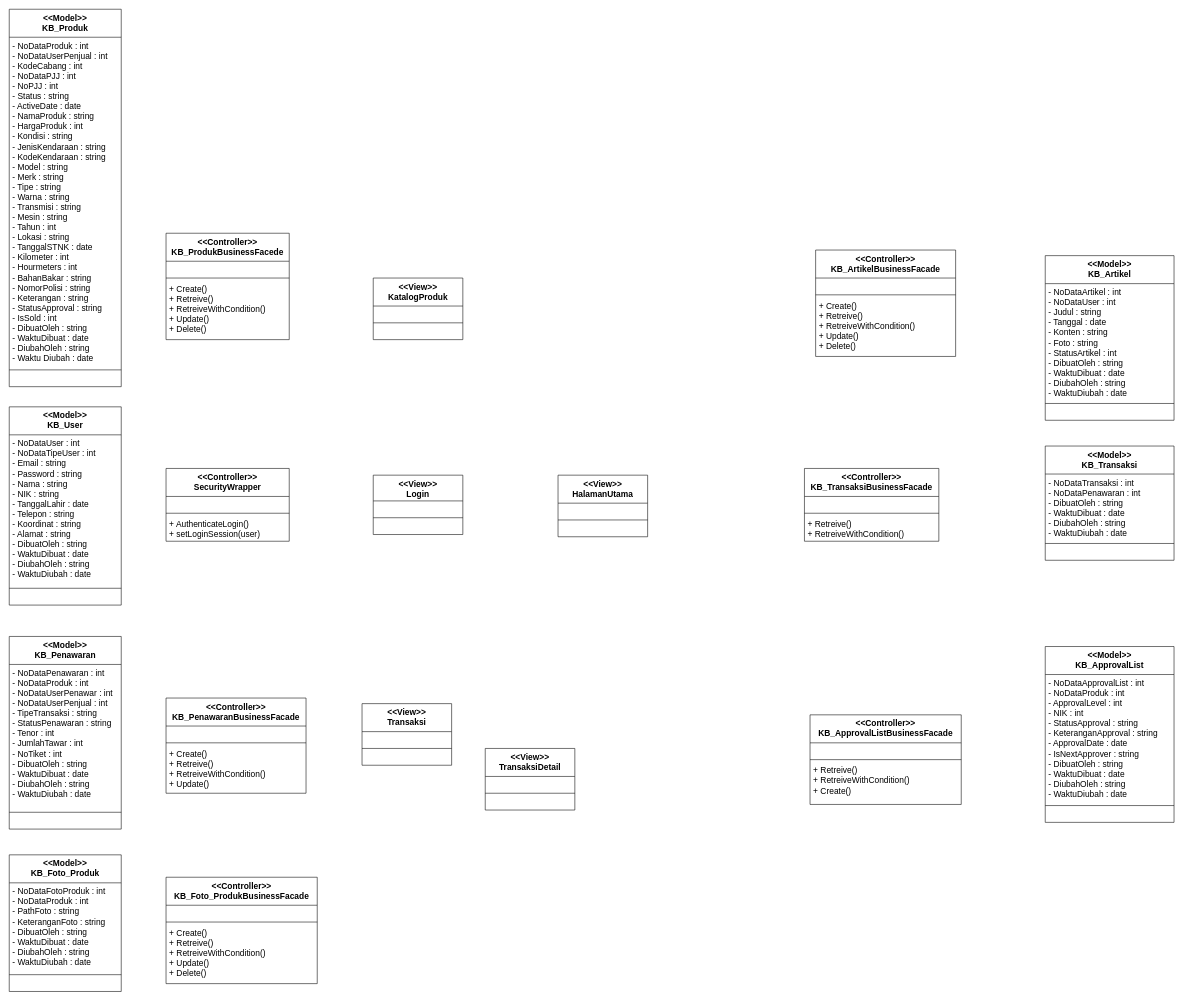
The draw.io diagram UML/ClassDiagramWeb.drawio in DevinWilliady/KendaraanBekasUML, before the edit. Source tidied: cells renumbered, new cells numbered last; positions are measured from the earlier drawing's top-left corner, leaving out a move shared by most shapes. Both pictures are drawn from the tidied source at 56%, with x=0, y=0 at pixel (9, 9).
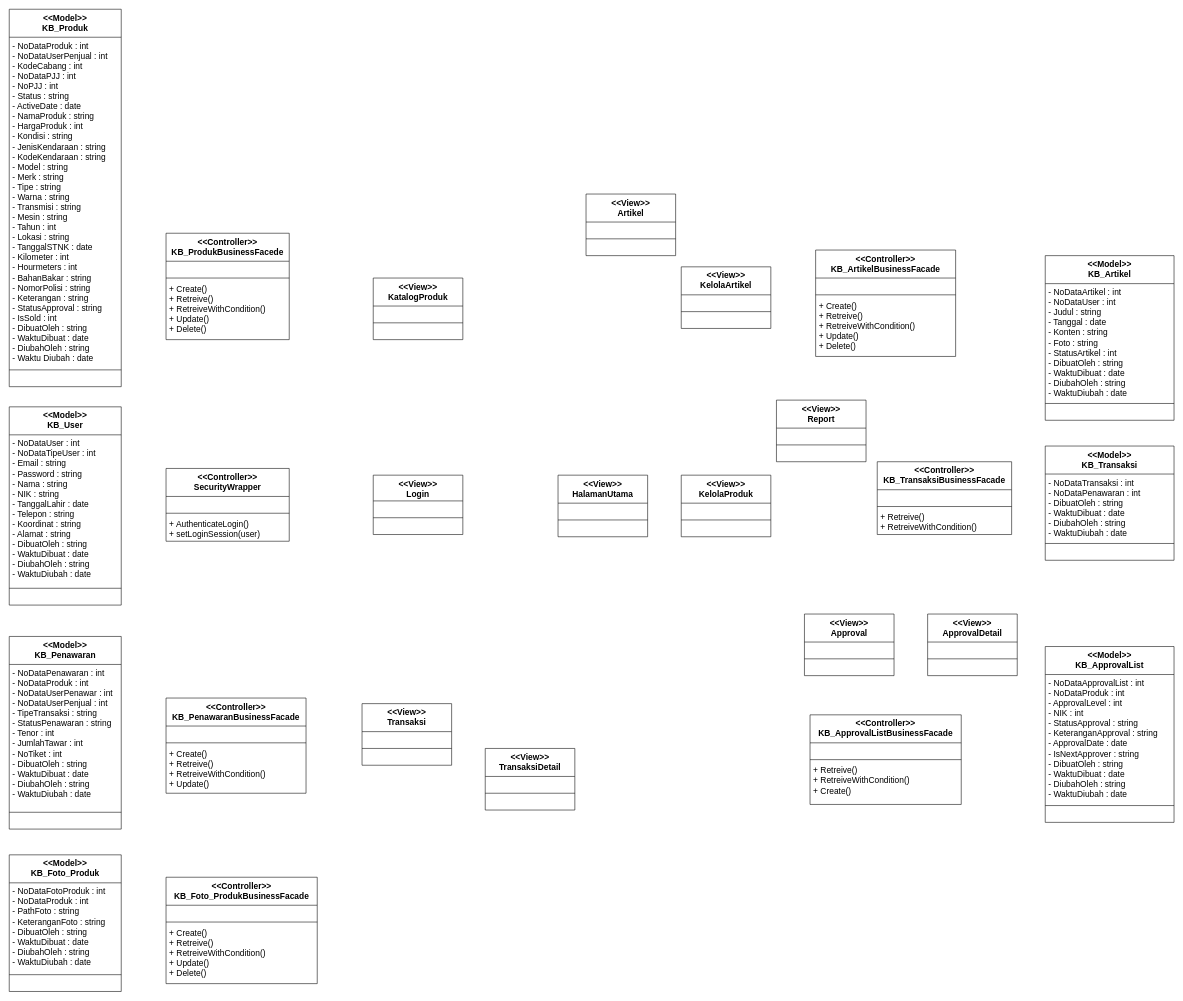
The same diagram, later.

What changed in the source:
```diff
@@
     <mxCell id="58" value="&lt;&lt;Controller&gt;&gt;&#10;KB_TransaksiBusinessFacade" style="swimlane;fontStyle=1;align=center;verticalAlign=top;horizontal=1;startSize=50;fontSize=15;" parent="1" vertex="1">
-      <mxGeometry x="1420" y="820" width="240" height="130" as="geometry" />
+      <mxGeometry x="1550" y="808" width="240" height="130" as="geometry" />
     </mxCell>
@@
+    <mxCell id="78" value="&lt;&lt;View&gt;&gt;&#10;KelolaProduk" style="swimlane;fontStyle=1;align=center;verticalAlign=top;horizontal=1;startSize=50;fontSize=15;" parent="1" vertex="1">
+      <mxGeometry x="1200" y="832" width="160" height="110" as="geometry" />
+    </mxCell>
+    <mxCell id="79" value=" " style="text;strokeColor=none;fillColor=none;align=left;verticalAlign=top;spacingLeft=4;spacingRight=4;overflow=hidden;fontSize=15;" parent="78" vertex="1">
+      <mxGeometry y="50" width="160" height="26" as="geometry" />
+    </mxCell>
+    <mxCell id="80" style="line;strokeWidth=1;fillColor=none;align=left;verticalAlign=middle;spacingTop=-1;spacingLeft=3;spacingRight=3;labelPosition=right;fontSize=15;" parent="78" vertex="1">
+      <mxGeometry y="76" width="160" height="8" as="geometry" />
+    </mxCell>
+    <mxCell id="81" value=" " style="text;strokeColor=none;fillColor=none;align=left;verticalAlign=top;spacingLeft=4;spacingRight=4;overflow=hidden;fontSize=15;" parent="78" vertex="1">
+      <mxGeometry y="84" width="160" height="26" as="geometry" />
+    </mxCell>
+    <mxCell id="82" value="&lt;&lt;View&gt;&gt;&#10;Approval" style="swimlane;fontStyle=1;align=center;verticalAlign=top;horizontal=1;startSize=50;fontSize=15;" parent="1" vertex="1">
+      <mxGeometry x="1420" y="1080" width="160" height="110" as="geometry" />
+    </mxCell>
+    <mxCell id="83" value=" " style="text;strokeColor=none;fillColor=none;align=left;verticalAlign=top;spacingLeft=4;spacingRight=4;overflow=hidden;fontSize=15;" parent="82" vertex="1">
+      <mxGeometry y="50" width="160" height="26" as="geometry" />
+    </mxCell>
+    <mxCell id="84" style="line;strokeWidth=1;fillColor=none;align=left;verticalAlign=middle;spacingTop=-1;spacingLeft=3;spacingRight=3;labelPosition=right;fontSize=15;" parent="82" vertex="1">
+      <mxGeometry y="76" width="160" height="8" as="geometry" />
+    </mxCell>
+    <mxCell id="85" value=" " style="text;strokeColor=none;fillColor=none;align=left;verticalAlign=top;spacingLeft=4;spacingRight=4;overflow=hidden;fontSize=15;" parent="82" vertex="1">
+      <mxGeometry y="84" width="160" height="26" as="geometry" />
+    </mxCell>
+    <mxCell id="86" value="&lt;&lt;View&gt;&gt;&#10;ApprovalDetail" style="swimlane;fontStyle=1;align=center;verticalAlign=top;horizontal=1;startSize=50;fontSize=15;" parent="1" vertex="1">
+      <mxGeometry x="1640" y="1080" width="160" height="110" as="geometry" />
+    </mxCell>
+    <mxCell id="87" value=" " style="text;strokeColor=none;fillColor=none;align=left;verticalAlign=top;spacingLeft=4;spacingRight=4;overflow=hidden;fontSize=15;" parent="86" vertex="1">
+      <mxGeometry y="50" width="160" height="26" as="geometry" />
+    </mxCell>
+    <mxCell id="88" style="line;strokeWidth=1;fillColor=none;align=left;verticalAlign=middle;spacingTop=-1;spacingLeft=3;spacingRight=3;labelPosition=right;fontSize=15;" parent="86" vertex="1">
+      <mxGeometry y="76" width="160" height="8" as="geometry" />
+    </mxCell>
+    <mxCell id="89" value=" " style="text;strokeColor=none;fillColor=none;align=left;verticalAlign=top;spacingLeft=4;spacingRight=4;overflow=hidden;fontSize=15;" parent="86" vertex="1">
+      <mxGeometry y="84" width="160" height="26" as="geometry" />
+    </mxCell>
+    <mxCell id="90" value="&lt;&lt;View&gt;&gt;&#10;Report" style="swimlane;fontStyle=1;align=center;verticalAlign=top;horizontal=1;startSize=50;fontSize=15;" parent="1" vertex="1">
+      <mxGeometry x="1370" y="698" width="160" height="110" as="geometry" />
+    </mxCell>
+    <mxCell id="91" value=" " style="text;strokeColor=none;fillColor=none;align=left;verticalAlign=top;spacingLeft=4;spacingRight=4;overflow=hidden;fontSize=15;" parent="90" vertex="1">
+      <mxGeometry y="50" width="160" height="26" as="geometry" />
+    </mxCell>
+    <mxCell id="92" style="line;strokeWidth=1;fillColor=none;align=left;verticalAlign=middle;spacingTop=-1;spacingLeft=3;spacingRight=3;labelPosition=right;fontSize=15;" parent="90" vertex="1">
+      <mxGeometry y="76" width="160" height="8" as="geometry" />
+    </mxCell>
+    <mxCell id="93" value=" " style="text;strokeColor=none;fillColor=none;align=left;verticalAlign=top;spacingLeft=4;spacingRight=4;overflow=hidden;fontSize=15;" parent="90" vertex="1">
+      <mxGeometry y="84" width="160" height="26" as="geometry" />
+    </mxCell>
+    <mxCell id="94" value="&lt;&lt;View&gt;&gt;&#10;Artikel" style="swimlane;fontStyle=1;align=center;verticalAlign=top;horizontal=1;startSize=50;fontSize=15;" parent="1" vertex="1">
+      <mxGeometry x="1030" y="330" width="160" height="110" as="geometry" />
+    </mxCell>
+    <mxCell id="95" value=" " style="text;strokeColor=none;fillColor=none;align=left;verticalAlign=top;spacingLeft=4;spacingRight=4;overflow=hidden;fontSize=15;" parent="94" vertex="1">
+      <mxGeometry y="50" width="160" height="26" as="geometry" />
+    </mxCell>
+    <mxCell id="96" style="line;strokeWidth=1;fillColor=none;align=left;verticalAlign=middle;spacingTop=-1;spacingLeft=3;spacingRight=3;labelPosition=right;fontSize=15;" parent="94" vertex="1">
+      <mxGeometry y="76" width="160" height="8" as="geometry" />
+    </mxCell>
+    <mxCell id="97" value=" " style="text;strokeColor=none;fillColor=none;align=left;verticalAlign=top;spacingLeft=4;spacingRight=4;overflow=hidden;fontSize=15;" parent="94" vertex="1">
+      <mxGeometry y="84" width="160" height="26" as="geometry" />
+    </mxCell>
+    <mxCell id="98" value="&lt;&lt;View&gt;&gt;&#10;KelolaArtikel" style="swimlane;fontStyle=1;align=center;verticalAlign=top;horizontal=1;startSize=50;fontSize=15;" parent="1" vertex="1">
+      <mxGeometry x="1200" y="460" width="160" height="110" as="geometry" />
+    </mxCell>
+    <mxCell id="99" value=" " style="text;strokeColor=none;fillColor=none;align=left;verticalAlign=top;spacingLeft=4;spacingRight=4;overflow=hidden;fontSize=15;" parent="98" vertex="1">
+      <mxGeometry y="50" width="160" height="26" as="geometry" />
+    </mxCell>
+    <mxCell id="100" style="line;strokeWidth=1;fillColor=none;align=left;verticalAlign=middle;spacingTop=-1;spacingLeft=3;spacingRight=3;labelPosition=right;fontSize=15;" parent="98" vertex="1">
+      <mxGeometry y="76" width="160" height="8" as="geometry" />
+    </mxCell>
+    <mxCell id="101" value=" " style="text;strokeColor=none;fillColor=none;align=left;verticalAlign=top;spacingLeft=4;spacingRight=4;overflow=hidden;fontSize=15;" parent="98" vertex="1">
+      <mxGeometry y="84" width="160" height="26" as="geometry" />
+    </mxCell>
```
